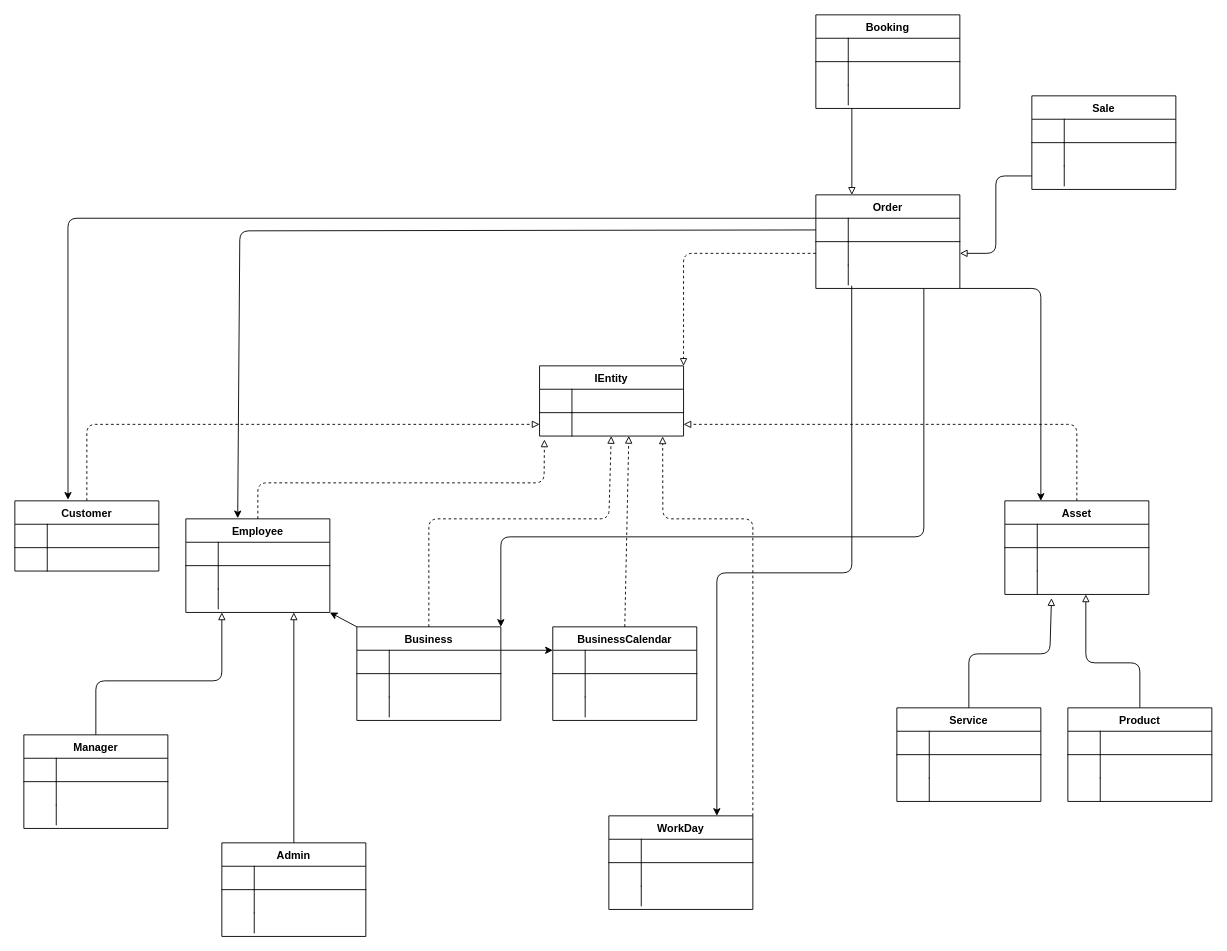
Before: docs/Domain Relationship Diagram.drawio in devcicerojr/booksa, a draw.io diagram. Source tidied: cells renumbered, new cells numbered last; positions are measured from the earlier drawing's top-left corner, leaving out a move shared by most shapes. Both pictures are drawn from the tidied source at 90%, with x=0, y=0 at pixel (14, 14).
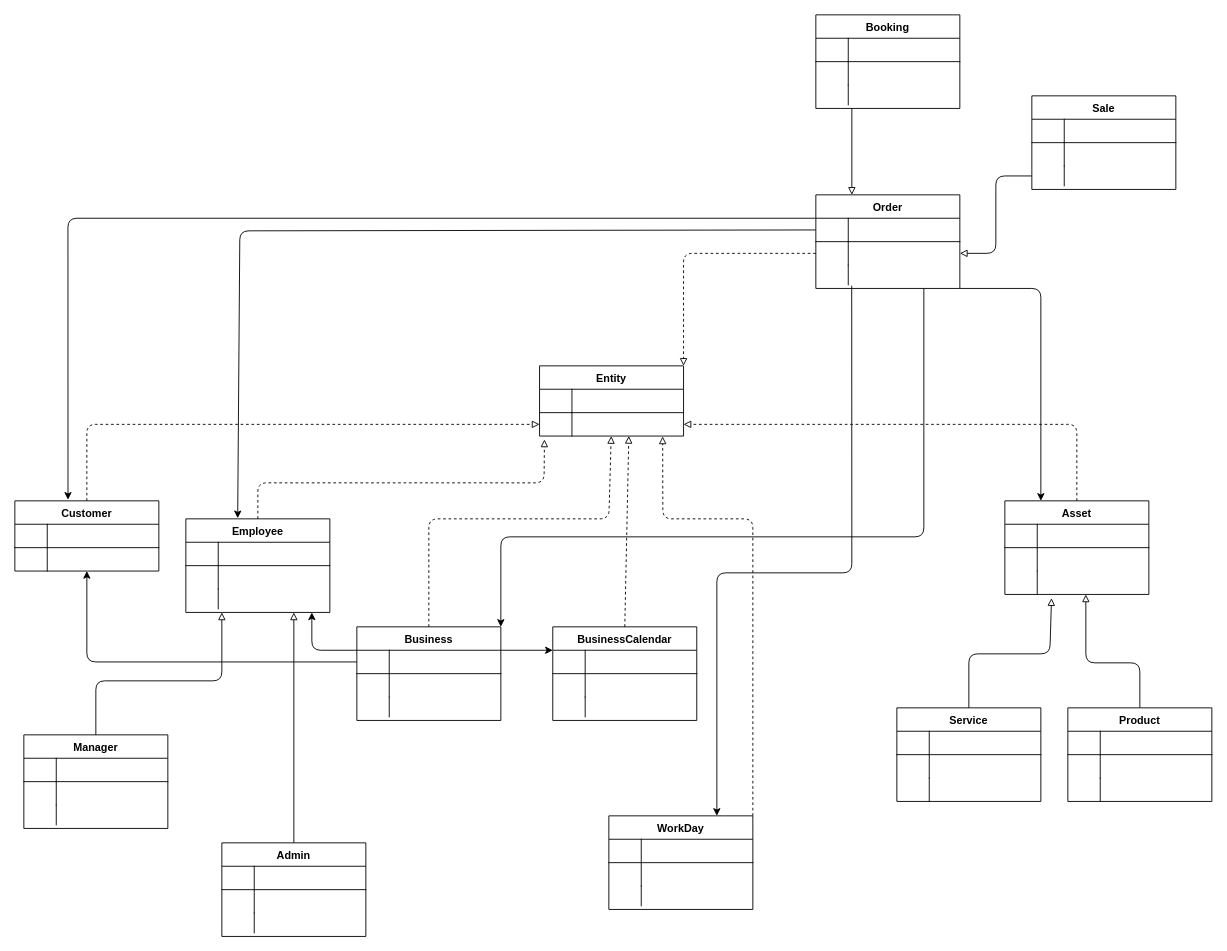
After the change.

Unchanged cells that the change refers to:
```xml
<mxCell id="5" style="shape=partialRectangle;top=0;left=0;right=0;bottom=0;align=left;verticalAlign=top;fillColor=none;spacingLeft=40;spacingRight=4;overflow=hidden;points=[[0,0.5],[1,0.5]];portConstraint=eastwest;rounded=0;shadow=0;strokeWidth=1;" parent="2" vertex="1">
  <mxGeometry y="52" width="160" height="26" as="geometry" />
</mxCell>
<mxCell id="15" value="Employee" style="swimlane;fontStyle=1;horizontal=1;startSize=26;rounded=0;shadow=0;strokeWidth=1;" parent="1" vertex="1">
  <mxGeometry x="190" y="560" width="160" height="104" as="geometry" />
</mxCell>
<mxCell id="20" style="shape=partialRectangle;top=0;left=0;right=0;bottom=0;align=left;verticalAlign=top;fillColor=none;spacingLeft=40;spacingRight=4;overflow=hidden;points=[[0,0.5],[1,0.5]];portConstraint=eastwest;rounded=0;shadow=0;strokeWidth=1;" parent="15" vertex="1">
  <mxGeometry y="78" width="160" height="22" as="geometry" />
</mxCell>
<mxCell id="45" value="Business" style="swimlane;fontStyle=1;horizontal=1;startSize=26;rounded=0;shadow=0;strokeWidth=1;" parent="1" vertex="1">
  <mxGeometry x="380" y="680" width="160" height="104" as="geometry" />
</mxCell>
<mxCell id="46" style="shape=partialRectangle;top=0;left=0;right=0;bottom=1;align=left;verticalAlign=top;fillColor=none;spacingLeft=40;spacingRight=4;overflow=hidden;points=[[0,0.5],[1,0.5]];portConstraint=eastwest;rounded=0;shadow=0;strokeWidth=1;fontStyle=4;" parent="45" vertex="1">
  <mxGeometry y="26" width="160" height="26" as="geometry" />
</mxCell>
```

Diff of the diagram source:
```diff
@@
-    <mxCell id="22" value="IEntity" style="swimlane;fontStyle=1;horizontal=1;startSize=26;rounded=0;shadow=0;strokeWidth=1;" parent="1" vertex="1">
+    <mxCell id="22" value="Entity" style="swimlane;fontStyle=1;horizontal=1;startSize=26;rounded=0;shadow=0;strokeWidth=1;" parent="1" vertex="1">
       <mxGeometry x="583" y="390" width="160" height="78" as="geometry" />
     </mxCell>
@@
-    <mxCell id="77" style="endArrow=classic;html=1;exitX=0;exitY=0;exitDx=0;exitDy=0;entryX=1;entryY=1;entryDx=0;entryDy=0;" parent="1" edge="1" source="45" target="15">
-      <mxGeometry relative="1" as="geometry" />
+    <mxCell id="77" style="endArrow=classic;html=1;exitX=0;exitY=0.25;exitDx=0;exitDy=0;entryX=0.875;entryY=1.182;entryDx=0;entryDy=0;entryPerimeter=0;" parent="1" edge="1" source="45" target="20">
+      <mxGeometry relative="1" as="geometry">
+        <Array as="points">
+          <mxPoint x="330" y="706" />
+        </Array>
+      </mxGeometry>
     </mxCell>
@@
+    <mxCell id="116" style="endArrow=classic;html=1;exitX=0;exitY=0.5;exitDx=0;exitDy=0;" parent="1" edge="1" source="46" target="5">
+      <mxGeometry relative="1" as="geometry">
+        <Array as="points">
+          <mxPoint x="80" y="719" />
+        </Array>
+      </mxGeometry>
+    </mxCell>
```
